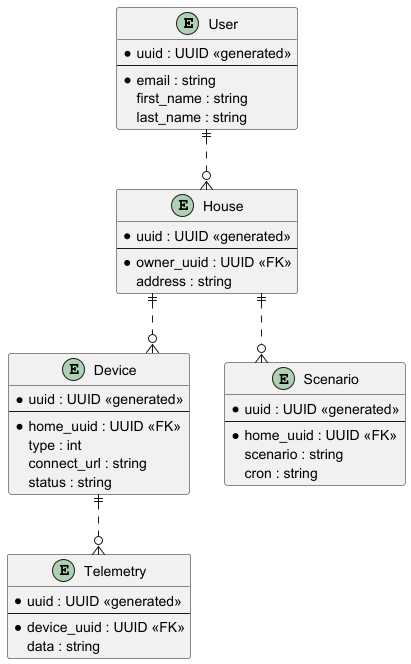
zalivochkin/architecture-sprint-3 keeps this PlantUML diagram as smart-home-to-be/er-diagram.png. Above is the earlier version. Source of this version:
```plantuml
@startuml

skinparam linetype ortho

entity User {
  *uuid : UUID <<generated>>
  --
  *email : string
  first_name : string
  last_name : string
}

entity House {
  *uuid : UUID <<generated>>
  --
  *owner_uuid : UUID <<FK>>
  address : string
}

entity Device {
  *uuid : UUID <<generated>>
  --
  *home_uuid : UUID <<FK>>
  type : int
  connect_url : string
  status : string
}

entity Scenario {
  *uuid : UUID <<generated>>
  --
  *home_uuid : UUID <<FK>>
  scenario : string
  cron : string
}

entity Telemetry {
  *uuid : UUID <<generated>>
  --
  *device_uuid : UUID <<FK>>
  data : string
}

User ||..o{ House
House ||..o{ Device
House ||..o{ Scenario
Device ||..o{ Telemetry

@enduml
```
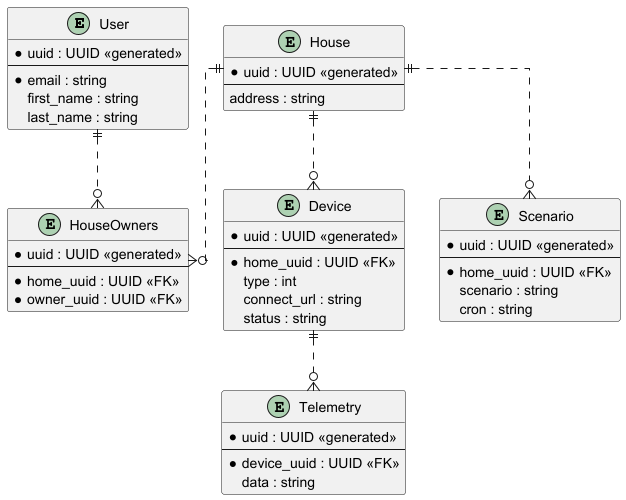
After the change.

Change to the diagram source:
```diff
@@ -13,8 +13,14 @@
 entity House {
   *uuid : UUID <<generated>>
   --
+  address : string
+}
+
+entity HouseOwners {
+  *uuid : UUID <<generated>>
+  --
+  *home_uuid : UUID <<FK>>
   *owner_uuid : UUID <<FK>>
-  address : string
 }
 
 entity Device {
@@ -41,7 +47,8 @@
   data : string
 }
 
-User ||..o{ House
+User ||..o{ HouseOwners
+House ||..o{ HouseOwners
 House ||..o{ Device
 House ||..o{ Scenario
 Device ||..o{ Telemetry
```
